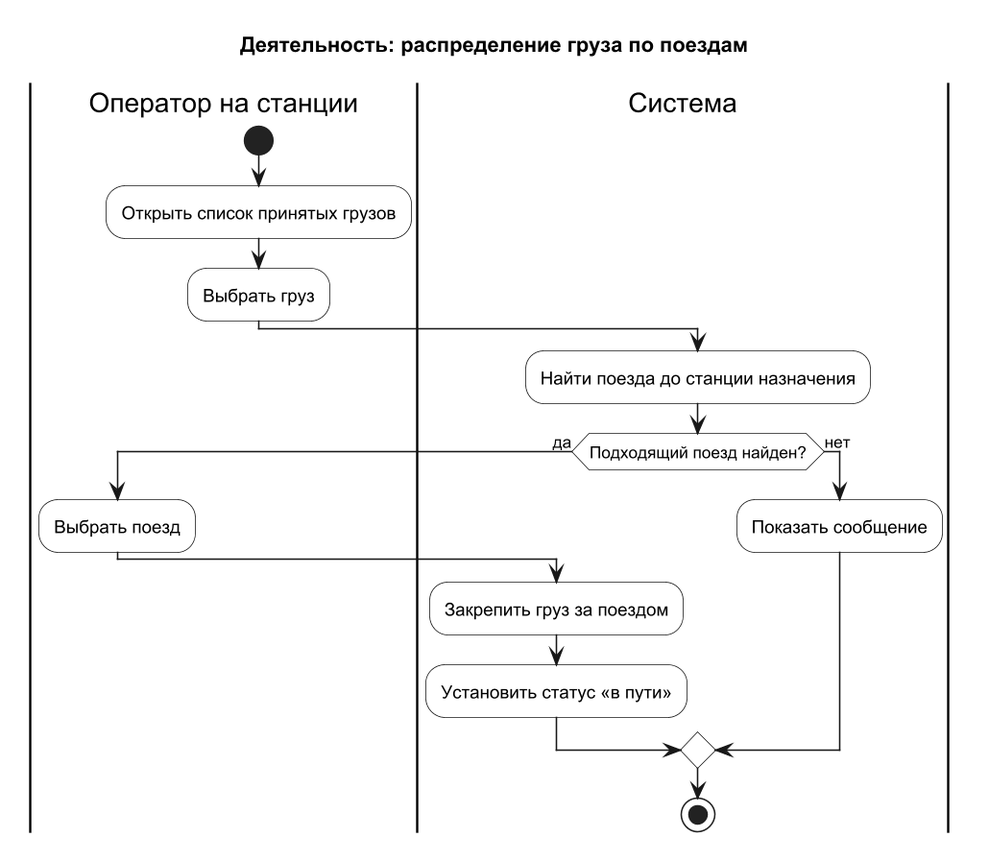
The PlantUML diagram uml/activity-diagram/Распределение_груза_по_поездам.png in Gu4rDe/railway, before a commit.
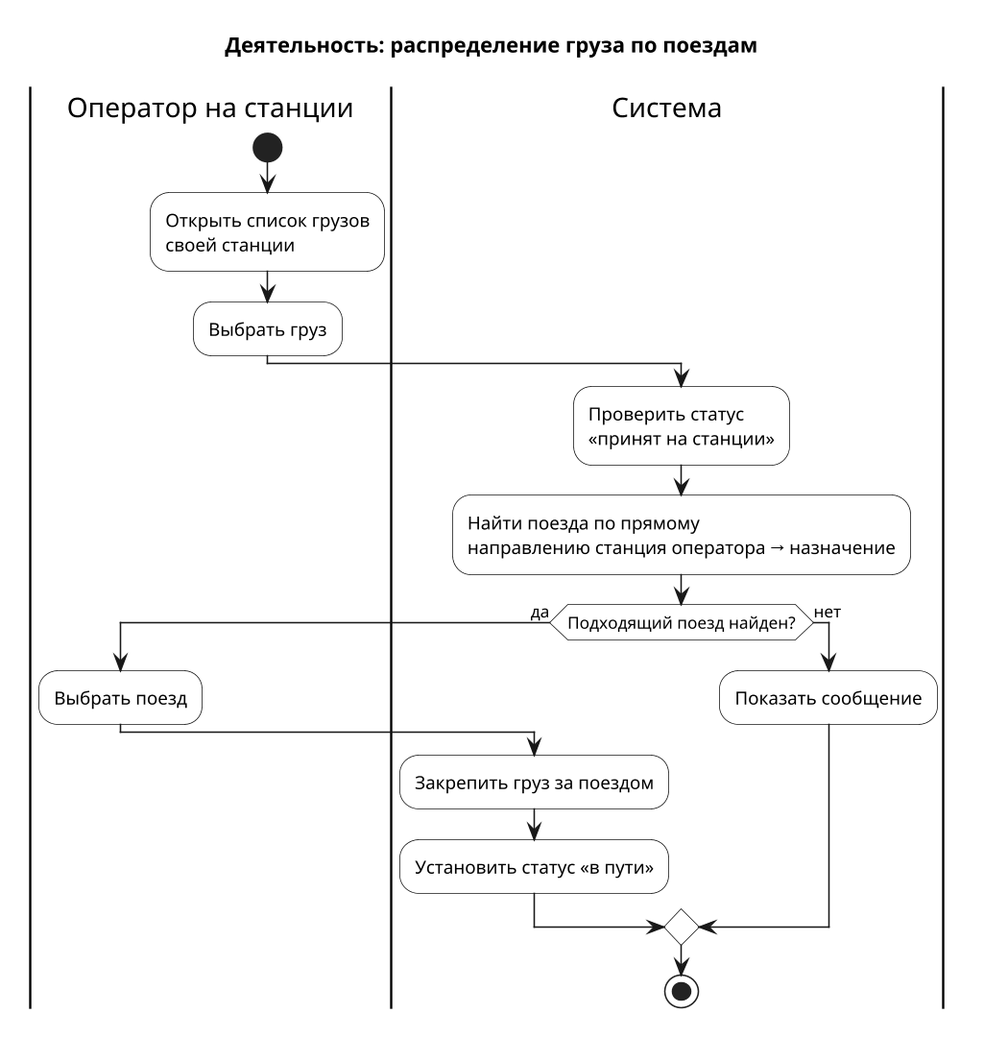
Later version of the same file.

Diff of the diagram source:
```diff
@@ -7,10 +7,11 @@
 
 |Оператор на станции|
 start
-:Открыть список принятых грузов;
+:Открыть список грузов\nсвоей станции;
 :Выбрать груз;
 |Система|
-:Найти поезда до станции назначения;
+:Проверить статус\n«принят на станции»;
+:Найти поезда по прямому\nнаправлению станция оператора → назначение;
 if (Подходящий поезд найден?) then (да)
   |Оператор на станции|
   :Выбрать поезд;
```
